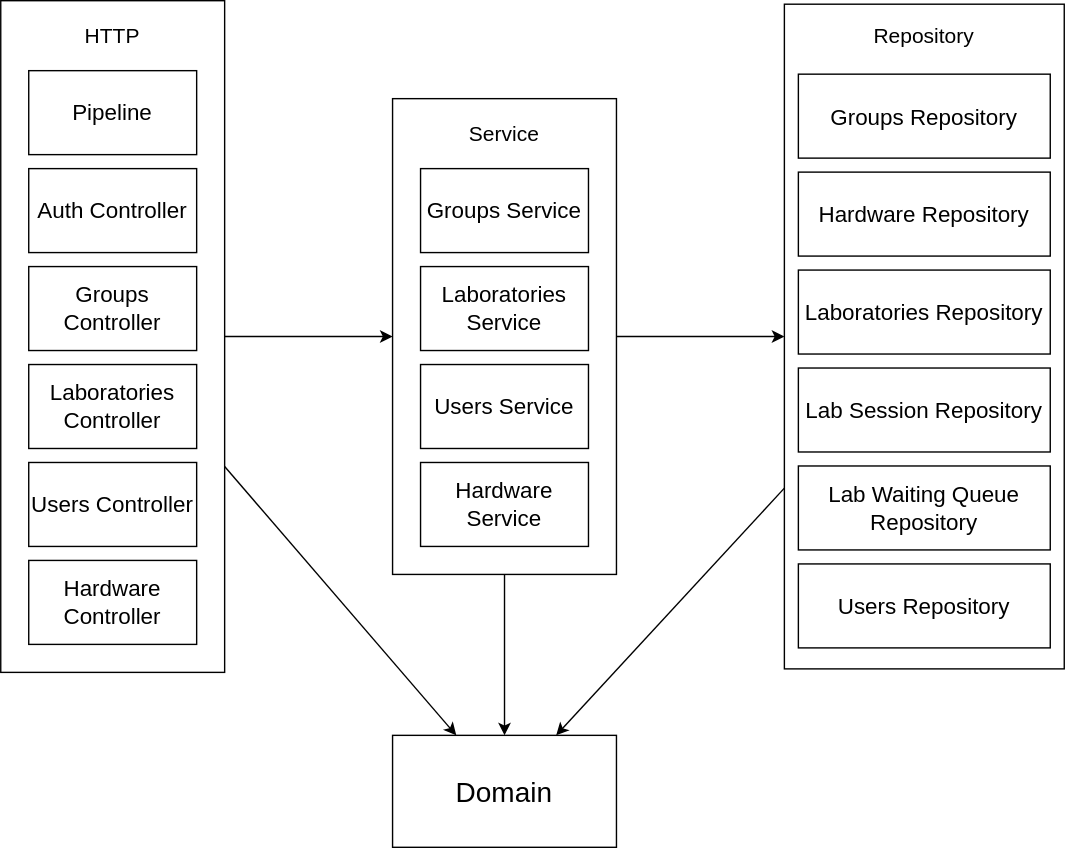
Earlier version of the draw.io export img/api/detailed_architecture.drawio.svg (isel-remote-lab/documentation). Source tidied: cells renumbered, new cells last; positions are measured from the earlier drawing's top-left corner, leaving out a move shared by most shapes. The source it was exported from:
```xml
<mxGraphModel>
  <root>
    <mxCell id="0" />
    <mxCell id="1" parent="0" />
    <mxCell id="2" style="endArrow=classic;html=1;" parent="1" edge="1" source="12" target="4">
      <mxGeometry relative="1" as="geometry" />
    </mxCell>
    <mxCell id="3" style="group;" parent="1" vertex="1">
      <mxGeometry x="280" y="70" width="160" height="340" as="geometry" />
    </mxCell>
    <mxCell id="4" style="rounded=0;whiteSpace=wrap;html=1;" parent="3" vertex="1">
      <mxGeometry width="160" height="340" as="geometry" />
    </mxCell>
    <mxCell id="5" value="Service" style="text;html=1;align=center;verticalAlign=middle;whiteSpace=wrap;rounded=0;fontSize=15;" parent="3" vertex="1">
      <mxGeometry x="50" y="10" width="60" height="30" as="geometry" />
    </mxCell>
    <mxCell id="6" value="Groups Service" style="rounded=0;whiteSpace=wrap;html=1;fontSize=16;" parent="3" vertex="1">
      <mxGeometry x="20" y="50" width="120" height="60" as="geometry" />
    </mxCell>
    <mxCell id="7" value="Laboratories Service" style="rounded=0;whiteSpace=wrap;html=1;fontSize=16;" parent="3" vertex="1">
      <mxGeometry x="20" y="120" width="120" height="60" as="geometry" />
    </mxCell>
    <mxCell id="8" value="&lt;span style=&quot;color: rgb(0, 0, 0);&quot;&gt;Users Service&lt;/span&gt;" style="rounded=0;whiteSpace=wrap;html=1;fontSize=16;" parent="3" vertex="1">
      <mxGeometry x="20" y="190" width="120" height="60" as="geometry" />
    </mxCell>
    <mxCell id="9" value="Hardware Service" style="rounded=0;whiteSpace=wrap;html=1;fontSize=16;" parent="3" vertex="1">
      <mxGeometry x="20" y="260" width="120" height="60" as="geometry" />
    </mxCell>
    <mxCell id="10" value="Domain" style="rounded=0;whiteSpace=wrap;html=1;fontSize=20;" parent="1" vertex="1">
      <mxGeometry x="280" y="525" width="160" height="80" as="geometry" />
    </mxCell>
    <mxCell id="11" style="endArrow=classic;html=1;" parent="1" edge="1" source="4" target="10">
      <mxGeometry relative="1" as="geometry" />
    </mxCell>
    <mxCell id="12" style="rounded=0;whiteSpace=wrap;html=1;" parent="1" vertex="1">
      <mxGeometry width="160" height="480" as="geometry" />
    </mxCell>
    <mxCell id="13" value="HTTP" style="text;html=1;align=center;verticalAlign=middle;whiteSpace=wrap;rounded=0;fontSize=15;" parent="1" vertex="1">
      <mxGeometry x="50" y="10" width="60" height="30" as="geometry" />
    </mxCell>
    <mxCell id="14" value="Pipeline" style="rounded=0;whiteSpace=wrap;html=1;fontSize=16;" parent="1" vertex="1">
      <mxGeometry x="20" y="50" width="120" height="60" as="geometry" />
    </mxCell>
    <mxCell id="15" value="Auth Controller" style="rounded=0;whiteSpace=wrap;html=1;fontSize=16;" parent="1" vertex="1">
      <mxGeometry x="20" y="120" width="120" height="60" as="geometry" />
    </mxCell>
    <mxCell id="16" value="Groups Controller" style="rounded=0;whiteSpace=wrap;html=1;fontSize=16;" parent="1" vertex="1">
      <mxGeometry x="20" y="190" width="120" height="60" as="geometry" />
    </mxCell>
    <mxCell id="17" value="Laboratories Controller" style="rounded=0;whiteSpace=wrap;html=1;fontSize=16;" parent="1" vertex="1">
      <mxGeometry x="20" y="260" width="120" height="60" as="geometry" />
    </mxCell>
    <mxCell id="18" value="Users Controller" style="rounded=0;whiteSpace=wrap;html=1;fontSize=16;" parent="1" vertex="1">
      <mxGeometry x="20" y="330" width="120" height="60" as="geometry" />
    </mxCell>
    <mxCell id="19" value="Hardware Controller" style="rounded=0;whiteSpace=wrap;html=1;fontSize=16;" parent="1" vertex="1">
      <mxGeometry x="20" y="400" width="120" height="60" as="geometry" />
    </mxCell>
    <mxCell id="20" style="rounded=0;whiteSpace=wrap;html=1;" parent="1" vertex="1">
      <mxGeometry x="560" y="2.5" width="200" height="475" as="geometry" />
    </mxCell>
    <mxCell id="21" value="Repository" style="text;html=1;align=center;verticalAlign=middle;whiteSpace=wrap;rounded=0;fontSize=15;" parent="1" vertex="1">
      <mxGeometry x="615" y="10" width="90" height="30" as="geometry" />
    </mxCell>
    <mxCell id="22" value="Groups Repository" style="rounded=0;whiteSpace=wrap;html=1;fontSize=16;" parent="1" vertex="1">
      <mxGeometry x="570" y="52.5" width="180" height="60" as="geometry" />
    </mxCell>
    <mxCell id="23" value="Hardware Repository" style="rounded=0;whiteSpace=wrap;html=1;fontSize=16;" parent="1" vertex="1">
      <mxGeometry x="570" y="122.5" width="180" height="60" as="geometry" />
    </mxCell>
    <mxCell id="24" value="Laboratories Repository" style="rounded=0;whiteSpace=wrap;html=1;fontSize=16;" parent="1" vertex="1">
      <mxGeometry x="570" y="192.5" width="180" height="60" as="geometry" />
    </mxCell>
    <mxCell id="25" value="Lab Session Repository" style="rounded=0;whiteSpace=wrap;html=1;fontSize=16;" parent="1" vertex="1">
      <mxGeometry x="570" y="262.5" width="180" height="60" as="geometry" />
    </mxCell>
    <mxCell id="26" value="Lab Waiting Queue Repository" style="rounded=0;whiteSpace=wrap;html=1;fontSize=16;" parent="1" vertex="1">
      <mxGeometry x="570" y="332.5" width="180" height="60" as="geometry" />
    </mxCell>
    <mxCell id="27" value="Users Repository" style="rounded=0;whiteSpace=wrap;html=1;fontSize=16;" parent="1" vertex="1">
      <mxGeometry x="570" y="402.5" width="180" height="60" as="geometry" />
    </mxCell>
    <mxCell id="28" style="endArrow=classic;html=1;" parent="1" edge="1" source="4" target="20">
      <mxGeometry relative="1" as="geometry" />
    </mxCell>
    <mxCell id="29" style="endArrow=classic;html=1;" parent="1" edge="1" source="12" target="10">
      <mxGeometry relative="1" as="geometry" />
    </mxCell>
    <mxCell id="30" style="endArrow=classic;html=1;" parent="1" edge="1" source="20" target="10">
      <mxGeometry relative="1" as="geometry" />
    </mxCell>
  </root>
</mxGraphModel>
```
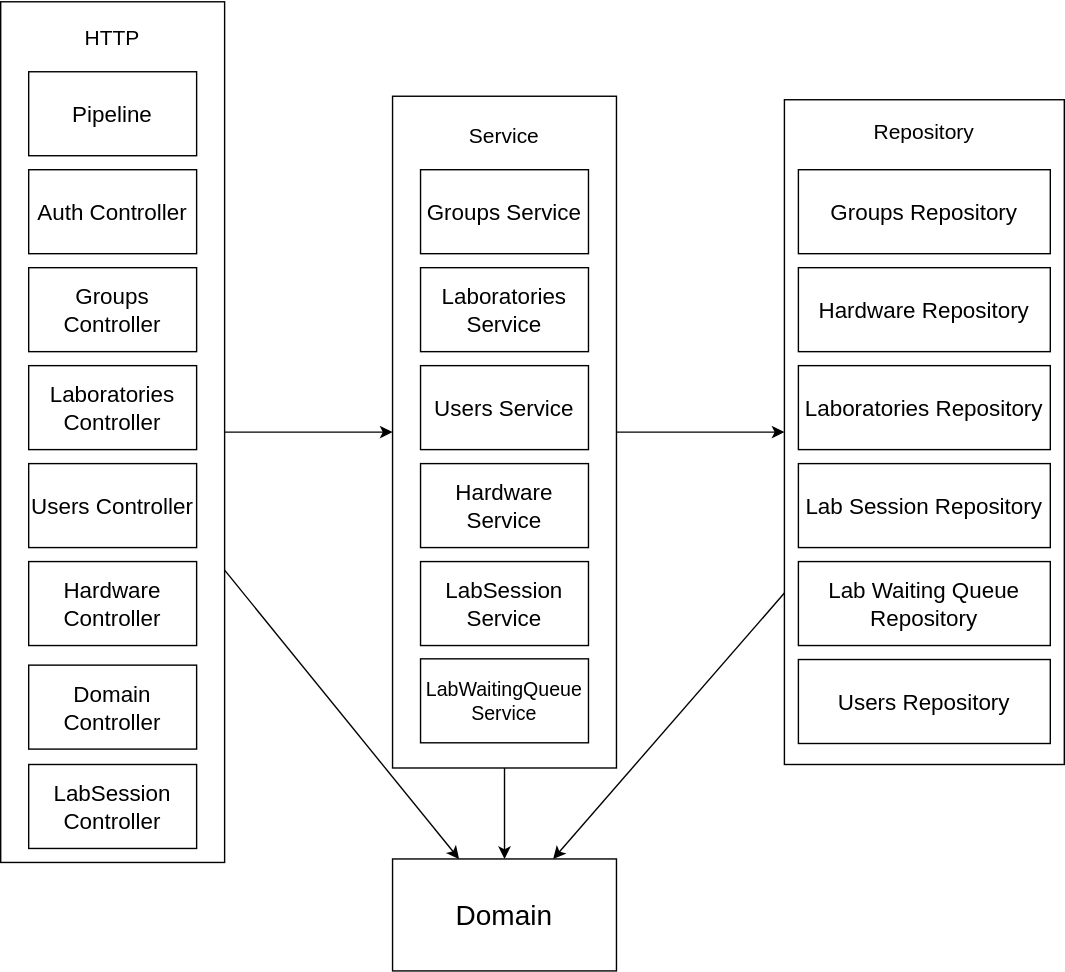
Above is the later version.

What changed in the source:
```diff
@@ -6,10 +6,10 @@
       <mxGeometry relative="1" as="geometry" />
     </mxCell>
     <mxCell id="3" style="group;" parent="1" vertex="1">
-      <mxGeometry x="280" y="70" width="160" height="340" as="geometry" />
+      <mxGeometry x="280" y="2.5" width="160" height="480" as="geometry" />
     </mxCell>
     <mxCell id="4" style="rounded=0;whiteSpace=wrap;html=1;" parent="3" vertex="1">
-      <mxGeometry width="160" height="340" as="geometry" />
+      <mxGeometry y="-2.5" width="160" height="480" as="geometry" />
     </mxCell>
     <mxCell id="5" value="Service" style="text;html=1;align=center;verticalAlign=middle;whiteSpace=wrap;rounded=0;fontSize=15;" parent="3" vertex="1">
       <mxGeometry x="50" y="10" width="60" height="30" as="geometry" />
@@ -26,35 +26,41 @@
     <mxCell id="9" value="Hardware Service" style="rounded=0;whiteSpace=wrap;html=1;fontSize=16;" parent="3" vertex="1">
       <mxGeometry x="20" y="260" width="120" height="60" as="geometry" />
     </mxCell>
+    <mxCell id="31" value="LabSession&lt;div&gt;Service&lt;/div&gt;" style="rounded=0;whiteSpace=wrap;html=1;fontSize=16;" parent="3" vertex="1">
+      <mxGeometry x="20" y="330" width="120" height="60" as="geometry" />
+    </mxCell>
+    <mxCell id="32" value="LabWaitingQueue&lt;div&gt;Service&lt;/div&gt;" style="rounded=0;whiteSpace=wrap;html=1;fontSize=14;" parent="3" vertex="1">
+      <mxGeometry x="20" y="399.5" width="120" height="60" as="geometry" />
+    </mxCell>
     <mxCell id="10" value="Domain" style="rounded=0;whiteSpace=wrap;html=1;fontSize=20;" parent="1" vertex="1">
-      <mxGeometry x="280" y="525" width="160" height="80" as="geometry" />
+      <mxGeometry x="280" y="545" width="160" height="80" as="geometry" />
     </mxCell>
     <mxCell id="11" style="endArrow=classic;html=1;" parent="1" edge="1" source="4" target="10">
       <mxGeometry relative="1" as="geometry" />
     </mxCell>
     <mxCell id="12" style="rounded=0;whiteSpace=wrap;html=1;" parent="1" vertex="1">
-      <mxGeometry width="160" height="480" as="geometry" />
+      <mxGeometry y="-67.5" width="160" height="615" as="geometry" />
     </mxCell>
     <mxCell id="13" value="HTTP" style="text;html=1;align=center;verticalAlign=middle;whiteSpace=wrap;rounded=0;fontSize=15;" parent="1" vertex="1">
-      <mxGeometry x="50" y="10" width="60" height="30" as="geometry" />
+      <mxGeometry x="50" y="-57.5" width="60" height="30" as="geometry" />
     </mxCell>
     <mxCell id="14" value="Pipeline" style="rounded=0;whiteSpace=wrap;html=1;fontSize=16;" parent="1" vertex="1">
-      <mxGeometry x="20" y="50" width="120" height="60" as="geometry" />
+      <mxGeometry x="20" y="-17.5" width="120" height="60" as="geometry" />
     </mxCell>
     <mxCell id="15" value="Auth Controller" style="rounded=0;whiteSpace=wrap;html=1;fontSize=16;" parent="1" vertex="1">
-      <mxGeometry x="20" y="120" width="120" height="60" as="geometry" />
+      <mxGeometry x="20" y="52.5" width="120" height="60" as="geometry" />
     </mxCell>
     <mxCell id="16" value="Groups Controller" style="rounded=0;whiteSpace=wrap;html=1;fontSize=16;" parent="1" vertex="1">
-      <mxGeometry x="20" y="190" width="120" height="60" as="geometry" />
+      <mxGeometry x="20" y="122.5" width="120" height="60" as="geometry" />
     </mxCell>
     <mxCell id="17" value="Laboratories Controller" style="rounded=0;whiteSpace=wrap;html=1;fontSize=16;" parent="1" vertex="1">
-      <mxGeometry x="20" y="260" width="120" height="60" as="geometry" />
+      <mxGeometry x="20" y="192.5" width="120" height="60" as="geometry" />
     </mxCell>
     <mxCell id="18" value="Users Controller" style="rounded=0;whiteSpace=wrap;html=1;fontSize=16;" parent="1" vertex="1">
-      <mxGeometry x="20" y="330" width="120" height="60" as="geometry" />
+      <mxGeometry x="20" y="262.5" width="120" height="60" as="geometry" />
     </mxCell>
     <mxCell id="19" value="Hardware Controller" style="rounded=0;whiteSpace=wrap;html=1;fontSize=16;" parent="1" vertex="1">
-      <mxGeometry x="20" y="400" width="120" height="60" as="geometry" />
+      <mxGeometry x="20" y="332.5" width="120" height="60" as="geometry" />
     </mxCell>
     <mxCell id="20" style="rounded=0;whiteSpace=wrap;html=1;" parent="1" vertex="1">
       <mxGeometry x="560" y="2.5" width="200" height="475" as="geometry" />
@@ -89,5 +95,11 @@
     <mxCell id="30" style="endArrow=classic;html=1;" parent="1" edge="1" source="20" target="10">
       <mxGeometry relative="1" as="geometry" />
     </mxCell>
+    <mxCell id="33" value="Domain Controller" style="rounded=0;whiteSpace=wrap;html=1;fontSize=16;" parent="1" vertex="1">
+      <mxGeometry x="20" y="406.5" width="120" height="60" as="geometry" />
+    </mxCell>
+    <mxCell id="34" value="LabSession Controller" style="rounded=0;whiteSpace=wrap;html=1;fontSize=16;" parent="1" vertex="1">
+      <mxGeometry x="20" y="477.5" width="120" height="60" as="geometry" />
+    </mxCell>
   </root>
 </mxGraphModel>
```
